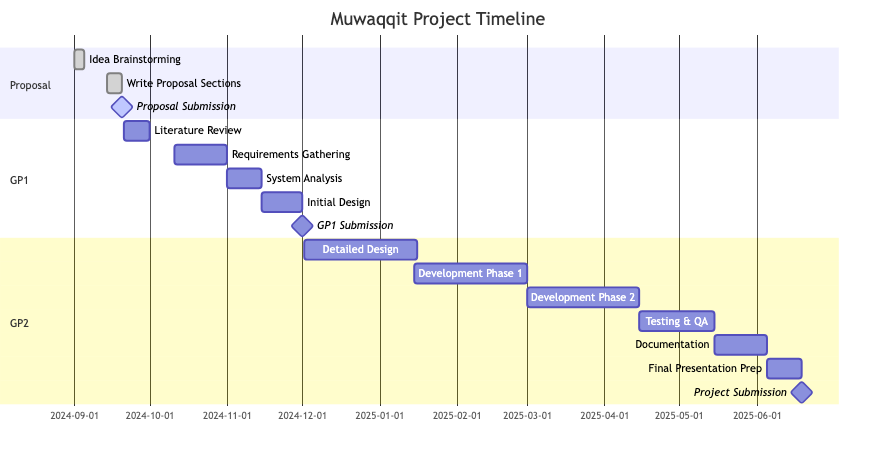
jadwalapp/symmetrical-spoon keeps this Mermaid diagram as docs/proposal/images/gantt.png. Above is the earlier version. Its source is kept beside it as docs/diagrams/gantt.mmd. The source it was exported from:
```mermaid
gantt
    title Muwaqqit Project Timeline
    dateFormat  YYYY-MM-DD
    axisFormat %Y-%m-%d
    todayMarker off

    section Proposal
    Idea Brainstorming          :done, a1, 2024-09-01, 4d
    Write Proposal Sections     :done, a2, 2024-09-14, 6d
    Proposal Submission         :milestone, active, a3, 2024-09-20, 0d
    section GP1
    Literature Review           :a4, 2024-09-21, 10d
    Requirements Gathering      :a5, 2024-10-11, 21d
    System Analysis             :a6, 2024-11-01, 14d
    Initial Design              :a7, 2024-11-15, 16d
    GP1 Submission              :milestone, gp1-sub, 2024-12-01, 0d
    section GP2
    Detailed Design             :a8, 2024-12-02, 45d
    Development Phase 1         :a9, 2025-01-15, 45d
    Development Phase 2         :a10, 2025-03-01, 45d
    Testing & QA                :a11, 2025-04-15, 30d
    Documentation               :a12, 2025-05-15, 21d
    Final Presentation Prep     :a13, 2025-06-05, 14d
    Project Submission          :milestone, a14, 2025-06-19, 0d
```
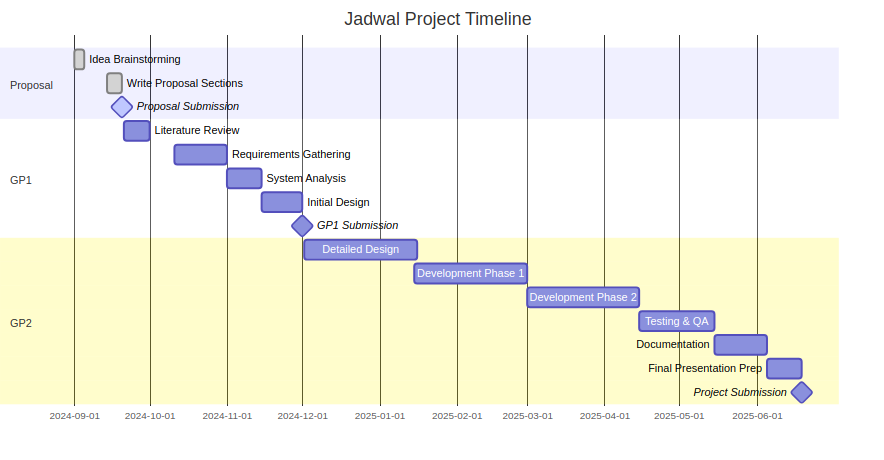
Above is the later version.

Diff of the diagram source:
```diff
@@ -1,5 +1,5 @@
 gantt
-    title Muwaqqit Project Timeline
+    title Jadwal Project Timeline
     dateFormat  YYYY-MM-DD
     axisFormat %Y-%m-%d
     todayMarker off
```
